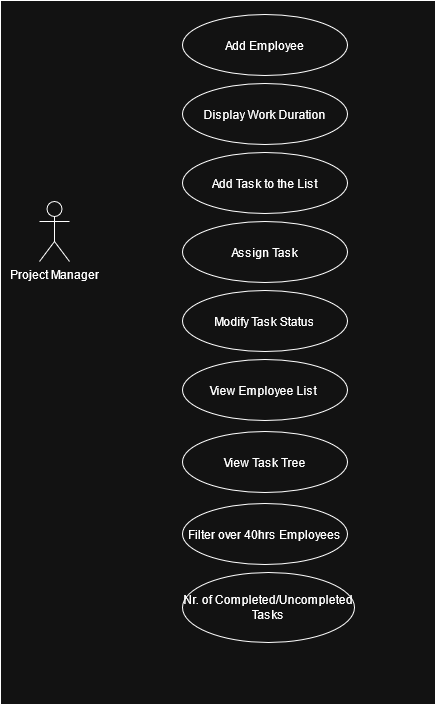
Above: UsageDiagram.drawio.png in 70NEL/TasksManagement (draw.io), before the change. Source tidied: cells renumbered, new cells last; positions are measured from the earlier drawing's top-left corner, leaving out a move shared by most shapes. Its diagram source:
```xml
<mxGraphModel>
  <root>
    <mxCell id="0" />
    <mxCell id="1" parent="0" />
    <mxCell id="2" style="rounded=0;whiteSpace=wrap;html=1;" parent="1" vertex="1">
      <mxGeometry width="435" height="704" as="geometry" />
    </mxCell>
    <mxCell id="3" value="Add Employee" style="ellipse;whiteSpace=wrap;html=1;" parent="1" vertex="1">
      <mxGeometry x="182" y="14" width="165" height="61" as="geometry" />
    </mxCell>
    <mxCell id="4" value="Project Manager" style="shape=umlActor;verticalLabelPosition=bottom;verticalAlign=top;html=1;outlineConnect=0;" parent="1" vertex="1">
      <mxGeometry x="39" y="201" width="30" height="60" as="geometry" />
    </mxCell>
    <mxCell id="5" value="Display Work Duration" style="ellipse;whiteSpace=wrap;html=1;" parent="1" vertex="1">
      <mxGeometry x="182" y="83" width="165" height="61" as="geometry" />
    </mxCell>
    <mxCell id="6" value="Add Task to the List" style="ellipse;whiteSpace=wrap;html=1;" parent="1" vertex="1">
      <mxGeometry x="182" y="152" width="165" height="61" as="geometry" />
    </mxCell>
    <mxCell id="7" value="Assign Task" style="ellipse;whiteSpace=wrap;html=1;" parent="1" vertex="1">
      <mxGeometry x="182" y="221" width="165" height="61" as="geometry" />
    </mxCell>
    <mxCell id="8" value="Modify Task Status" style="ellipse;whiteSpace=wrap;html=1;" parent="1" vertex="1">
      <mxGeometry x="182" y="290" width="165" height="61" as="geometry" />
    </mxCell>
    <mxCell id="9" value="View Employee List&amp;nbsp;" style="ellipse;whiteSpace=wrap;html=1;" parent="1" vertex="1">
      <mxGeometry x="182" y="359" width="165" height="61" as="geometry" />
    </mxCell>
    <mxCell id="10" value="View Task Tree" style="ellipse;whiteSpace=wrap;html=1;" parent="1" vertex="1">
      <mxGeometry x="182" y="431" width="165" height="61" as="geometry" />
    </mxCell>
    <mxCell id="11" value="Filter over 40hrs Employees" style="ellipse;whiteSpace=wrap;html=1;" parent="1" vertex="1">
      <mxGeometry x="182" y="503" width="165" height="61" as="geometry" />
    </mxCell>
    <mxCell id="12" value="&lt;div&gt;Nr. of Completed/Uncompleted&lt;/div&gt;&lt;div&gt;Tasks&lt;/div&gt;" style="ellipse;whiteSpace=wrap;html=1;" parent="1" vertex="1">
      <mxGeometry x="182" y="572" width="172" height="70" as="geometry" />
    </mxCell>
  </root>
</mxGraphModel>
```
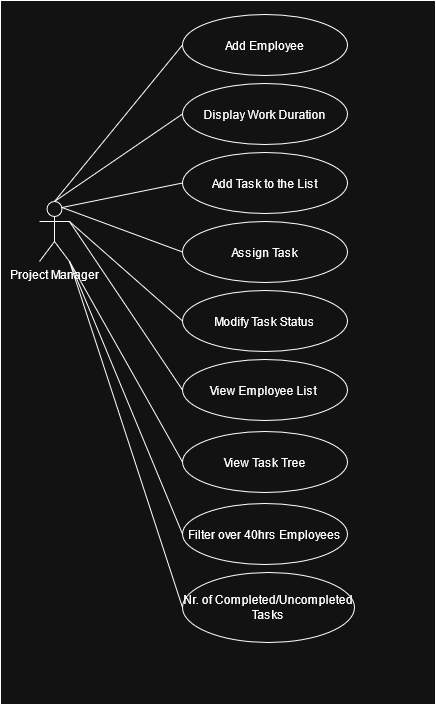
After the commit.

Diff of the diagram source:
```diff
@@ -35,5 +35,32 @@
     <mxCell id="12" value="&lt;div&gt;Nr. of Completed/Uncompleted&lt;/div&gt;&lt;div&gt;Tasks&lt;/div&gt;" style="ellipse;whiteSpace=wrap;html=1;" parent="1" vertex="1">
       <mxGeometry x="182" y="572" width="172" height="70" as="geometry" />
     </mxCell>
+    <mxCell id="13" style="endArrow=none;html=1;rounded=0;fontSize=12;startSize=8;endSize=8;curved=1;entryX=0;entryY=0.5;entryDx=0;entryDy=0;exitX=0.5;exitY=0;exitDx=0;exitDy=0;exitPerimeter=0;" parent="1" edge="1" source="4" target="3">
+      <mxGeometry relative="1" as="geometry" />
+    </mxCell>
+    <mxCell id="14" style="endArrow=none;html=1;rounded=0;fontSize=12;startSize=8;endSize=8;curved=1;entryX=0;entryY=0.5;entryDx=0;entryDy=0;exitX=0.5;exitY=0;exitDx=0;exitDy=0;exitPerimeter=0;" parent="1" edge="1" source="4" target="5">
+      <mxGeometry relative="1" as="geometry" />
+    </mxCell>
+    <mxCell id="15" style="endArrow=none;html=1;rounded=0;fontSize=12;startSize=8;endSize=8;curved=1;entryX=0;entryY=0.5;entryDx=0;entryDy=0;exitX=0.75;exitY=0.1;exitDx=0;exitDy=0;exitPerimeter=0;" parent="1" edge="1" source="4" target="6">
+      <mxGeometry relative="1" as="geometry" />
+    </mxCell>
+    <mxCell id="16" style="endArrow=none;html=1;rounded=0;fontSize=12;startSize=8;endSize=8;curved=1;entryX=0;entryY=0.5;entryDx=0;entryDy=0;exitX=0.75;exitY=0.1;exitDx=0;exitDy=0;exitPerimeter=0;" parent="1" edge="1" source="4" target="7">
+      <mxGeometry relative="1" as="geometry" />
+    </mxCell>
+    <mxCell id="17" style="endArrow=none;html=1;rounded=0;fontSize=12;startSize=8;endSize=8;curved=1;entryX=0;entryY=0.5;entryDx=0;entryDy=0;exitX=1;exitY=0.3333333333333333;exitDx=0;exitDy=0;exitPerimeter=0;" parent="1" edge="1" source="4" target="8">
+      <mxGeometry relative="1" as="geometry" />
+    </mxCell>
+    <mxCell id="18" style="endArrow=none;html=1;rounded=0;fontSize=12;startSize=8;endSize=8;curved=1;entryX=0;entryY=0.5;entryDx=0;entryDy=0;exitX=1;exitY=0.3333333333333333;exitDx=0;exitDy=0;exitPerimeter=0;" parent="1" edge="1" source="4" target="9">
+      <mxGeometry relative="1" as="geometry" />
+    </mxCell>
+    <mxCell id="19" style="endArrow=none;html=1;rounded=0;fontSize=12;startSize=8;endSize=8;curved=1;entryX=0;entryY=0.5;entryDx=0;entryDy=0;exitX=1;exitY=1;exitDx=0;exitDy=0;exitPerimeter=0;" parent="1" edge="1" source="4" target="10">
+      <mxGeometry relative="1" as="geometry" />
+    </mxCell>
+    <mxCell id="20" style="endArrow=none;html=1;rounded=0;fontSize=12;startSize=8;endSize=8;curved=1;entryX=0;entryY=0.5;entryDx=0;entryDy=0;exitX=1;exitY=1;exitDx=0;exitDy=0;exitPerimeter=0;" parent="1" edge="1" source="4" target="11">
+      <mxGeometry relative="1" as="geometry" />
+    </mxCell>
+    <mxCell id="21" style="endArrow=none;html=1;rounded=0;fontSize=12;startSize=8;endSize=8;curved=1;entryX=0;entryY=0.5;entryDx=0;entryDy=0;exitX=1;exitY=1;exitDx=0;exitDy=0;exitPerimeter=0;" parent="1" edge="1" source="4" target="12">
+      <mxGeometry relative="1" as="geometry" />
+    </mxCell>
   </root>
 </mxGraphModel>
```
